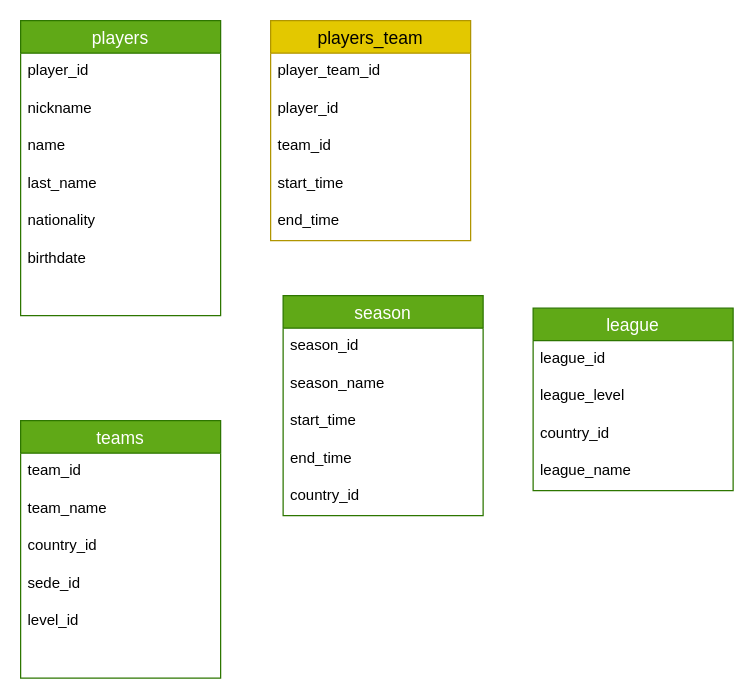
Before: soccer_model.drawio in r3card0/soccer.stats, a draw.io diagram. Source tidied: cells renumbered, new cells numbered last; positions are measured from the earlier drawing's top-left corner, leaving out a move shared by most shapes. Both pictures are drawn from the tidied source at 125%, with x=0, y=0 at pixel (20, 20).
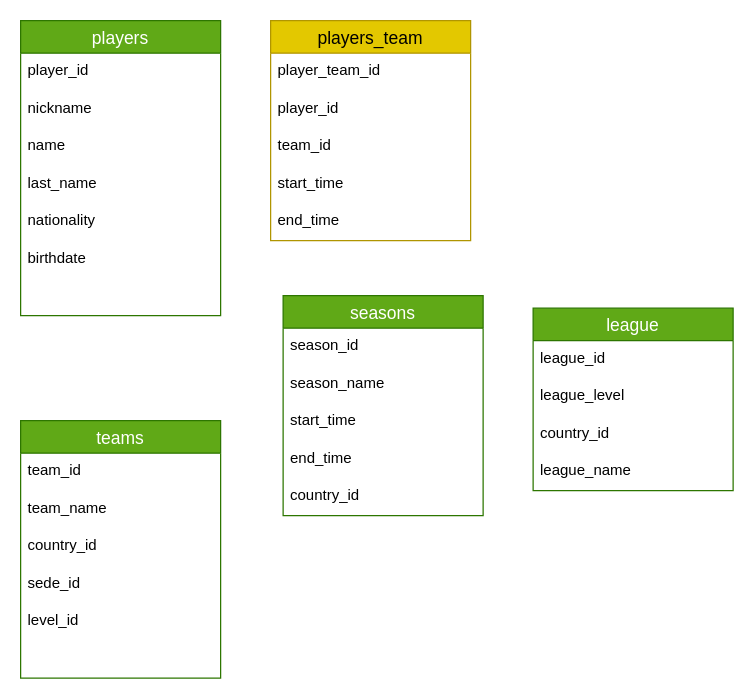
After the change.

Commit message:
fixed seasons model name

The edit, as a diff of the source:
```diff
@@
-    <mxCell id="23" value="season" style="swimlane;fontStyle=0;horizontal=1;startSize=26;align=center;fontSize=14;fillColor=#60a917;fontColor=#ffffff;strokeColor=#2D7600;" parent="1" vertex="1">
+    <mxCell id="23" value="seasons" style="swimlane;fontStyle=0;horizontal=1;startSize=26;align=center;fontSize=14;fillColor=#60a917;fontColor=#ffffff;strokeColor=#2D7600;" parent="1" vertex="1">
       <mxGeometry x="210" y="220" width="160" height="176" as="geometry" />
     </mxCell>
```
